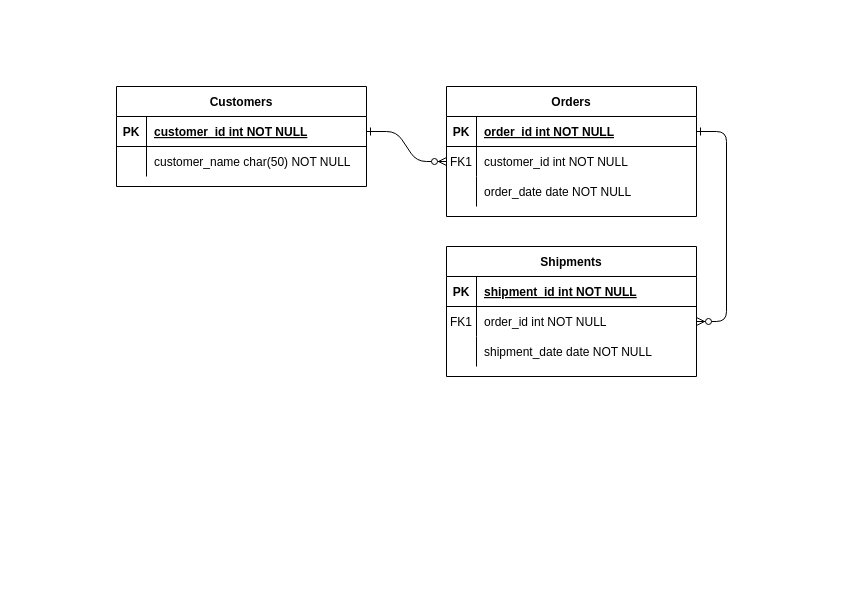
Above: 제목 없는 다이어그램.drawio in seoyoung98/Enrollment (draw.io), before the change. Source tidied: cells renumbered, new cells numbered last; positions are measured from the earlier drawing's top-left corner, leaving out a move shared by most shapes. Both pictures are drawn from the tidied source at 100%, with x=0, y=0 at pixel (116, 86).
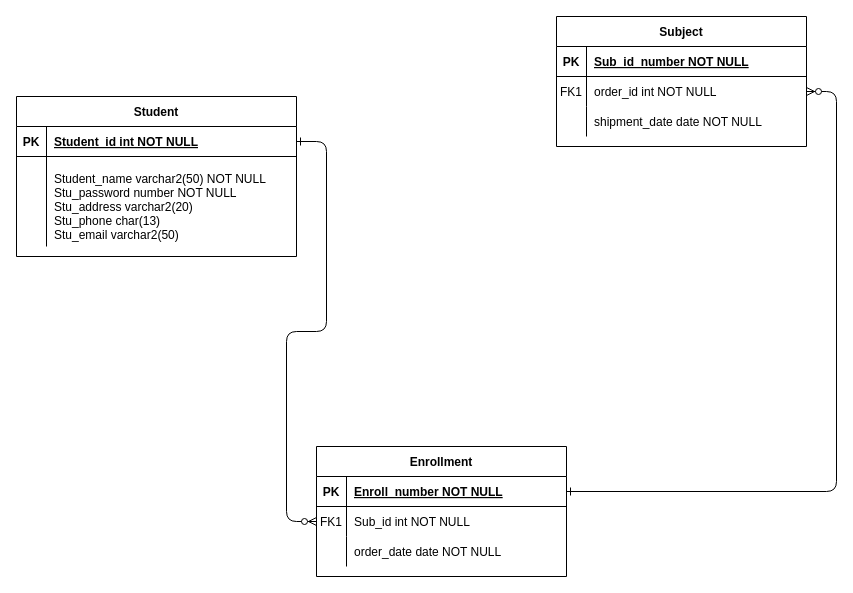
Above is the later version.

Commit message:
제목 없는 다이어그램.drawio 업데이트

The change refers to these unchanged cells:
```xml
<mxCell id="5" style="shape=partialRectangle;fillColor=none;points=[[0,0.5],[1,0.5]];portConstraint=eastwest;top=0;left=0;right=0;bottom=1;" parent="4" vertex="1">
  <mxGeometry y="30" width="250" height="30" as="geometry" />
</mxCell>
<mxCell id="8" style="shape=partialRectangle;fillColor=none;points=[[0,0.5],[1,0.5]];portConstraint=eastwest;top=0;left=0;right=0;bottom=0;" parent="4" vertex="1">
  <mxGeometry y="60" width="250" height="30" as="geometry" />
</mxCell>
<mxCell id="15" style="shape=partialRectangle;fillColor=none;top=0;left=0;right=0;bottom=1;" parent="14" vertex="1">
  <mxGeometry y="30" width="250" height="30" as="geometry" />
</mxCell>
```

The edit, as a diff of the source:
```diff
@@
-    <mxCell id="4" value="Orders" style="shape=table;startSize=30;childLayout=tableLayout;rowLines=0;fontStyle=1;align=center;" parent="1" vertex="1">
-      <mxGeometry x="330" width="250" height="130" as="geometry" />
+    <mxCell id="4" value="Enrollment" style="shape=table;startSize=30;childLayout=tableLayout;rowLines=0;fontStyle=1;align=center;" parent="1" vertex="1">
+      <mxGeometry x="200" y="360" width="250" height="130" as="geometry" />
     </mxCell>
@@
-    <mxCell id="7" value="order_id int NOT NULL " style="shape=partialRectangle;overflow=hidden;fillColor=none;top=0;left=0;bottom=0;right=0;align=left;spacingLeft=6;fontStyle=5;" parent="5" vertex="1">
+    <mxCell id="7" value="Enroll_number NOT NULL " style="shape=partialRectangle;overflow=hidden;fillColor=none;top=0;left=0;bottom=0;right=0;align=left;spacingLeft=6;fontStyle=5;" parent="5" vertex="1">
       <mxGeometry x="30" width="220" height="30" as="geometry" />
     </mxCell>
@@
-    <mxCell id="10" value="customer_id int NOT NULL" style="shape=partialRectangle;overflow=hidden;fillColor=none;top=0;left=0;bottom=0;right=0;align=left;spacingLeft=6;" parent="8" vertex="1">
+    <mxCell id="10" value="Sub_id int NOT NULL" style="shape=partialRectangle;overflow=hidden;fillColor=none;top=0;left=0;bottom=0;right=0;align=left;spacingLeft=6;" parent="8" vertex="1">
       <mxGeometry x="30" width="220" height="30" as="geometry" />
     </mxCell>
@@
-    <mxCell id="14" value="Shipments" style="shape=table;startSize=30;childLayout=tableLayout;rowLines=0;fontStyle=1;align=center;" parent="1" vertex="1">
-      <mxGeometry x="330" y="160" width="250" height="130" as="geometry" />
+    <mxCell id="14" value="Subject" style="shape=table;startSize=30;childLayout=tableLayout;rowLines=0;fontStyle=1;align=center;" parent="1" vertex="1">
+      <mxGeometry x="440" y="-70" width="250" height="130" as="geometry" />
     </mxCell>
@@
-    <mxCell id="17" value="shipment_id int NOT NULL " style="shape=partialRectangle;overflow=hidden;fillColor=none;top=0;left=0;bottom=0;right=0;align=left;spacingLeft=6;fontStyle=5;" parent="15" vertex="1">
+    <mxCell id="17" value="Sub_id_number NOT NULL " style="shape=partialRectangle;overflow=hidden;fillColor=none;top=0;left=0;bottom=0;right=0;align=left;spacingLeft=6;fontStyle=5;" parent="15" vertex="1">
       <mxGeometry x="30" width="220" height="30" as="geometry" />
     </mxCell>
@@
-    <mxCell id="24" value="Customers" style="shape=table;startSize=30;childLayout=tableLayout;rowLines=0;fontStyle=1;align=center;" parent="1" vertex="1">
-      <mxGeometry width="250" height="100" as="geometry" />
+    <mxCell id="24" value="Student" style="shape=table;startSize=30;childLayout=tableLayout;rowLines=0;fontStyle=1;align=center;" parent="1" vertex="1">
+      <mxGeometry x="-100" y="10" width="280" height="160" as="geometry" />
     </mxCell>
     <mxCell id="25" style="shape=partialRectangle;fillColor=none;points=[[0,0.5],[1,0.5]];portConstraint=eastwest;top=0;left=0;right=0;bottom=1;" parent="24" vertex="1">
-      <mxGeometry y="30" width="250" height="30" as="geometry" />
+      <mxGeometry y="30" width="280" height="30" as="geometry" />
     </mxCell>
@@
-    <mxCell id="27" value="customer_id int NOT NULL " style="shape=partialRectangle;overflow=hidden;fillColor=none;top=0;left=0;bottom=0;right=0;align=left;spacingLeft=6;fontStyle=5;" parent="25" vertex="1">
-      <mxGeometry x="30" width="220" height="30" as="geometry" />
+    <mxCell id="27" value="Student_id int NOT NULL " style="shape=partialRectangle;overflow=hidden;fillColor=none;top=0;left=0;bottom=0;right=0;align=left;spacingLeft=6;fontStyle=5;" parent="25" vertex="1">
+      <mxGeometry x="30" width="250" height="30" as="geometry" />
     </mxCell>
     <mxCell id="28" style="shape=partialRectangle;fillColor=none;top=0;left=0;right=0;bottom=0;" parent="24" vertex="1">
-      <mxGeometry y="60" width="250" height="30" as="geometry" />
+      <mxGeometry y="60" width="280" height="90" as="geometry" />
     </mxCell>
     <mxCell id="29" style="shape=partialRectangle;overflow=hidden;fillColor=none;top=0;left=0;bottom=0;right=0;" parent="28" vertex="1">
-      <mxGeometry width="30" height="30" as="geometry" />
+      <mxGeometry width="30" height="90" as="geometry" />
     </mxCell>
-    <mxCell id="30" value="customer_name char(50) NOT NULL" style="shape=partialRectangle;overflow=hidden;fillColor=none;top=0;left=0;bottom=0;right=0;align=left;spacingLeft=6;" parent="28" vertex="1">
-      <mxGeometry x="30" width="220" height="30" as="geometry" />
+    <mxCell id="30" value="&#10;Student_name varchar2(50) NOT NULL&#10;Stu_password number NOT NULL&#10;Stu_address varchar2(20) &#10;Stu_phone char(13) &#10;Stu_email varchar2(50) &#10;" style="shape=partialRectangle;overflow=hidden;fillColor=none;top=0;left=0;bottom=0;right=0;align=left;spacingLeft=6;" parent="28" vertex="1">
+      <mxGeometry x="30" width="250" height="90" as="geometry" />
     </mxCell>
```
